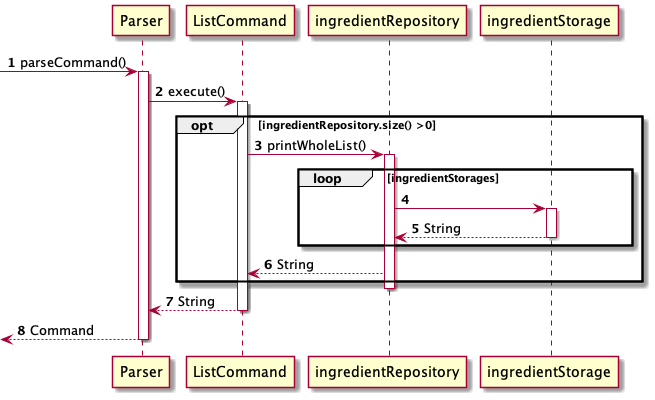
Before: docs/diagrams/List.png, a diagram exported from PlantUML (nus-cs2113-AY2122S1/tp).
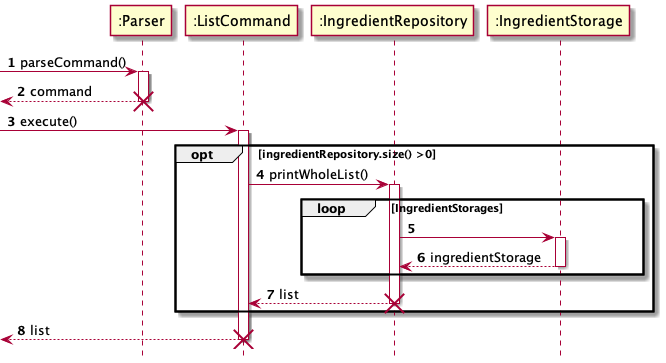
The same diagram one commit later.

Change to the diagram source:
```diff
@@ -1,33 +1,44 @@
 @startuml
+!include style.puml
+
+
+participant ":Parser" as Parser
+participant ":ListCommand" as ListCommand
+participant ":IngredientRepository" as IngredientRepository
+participant ":IngredientStorage" as IngredientStorage
+
 
 autonumber
 
  -> Parser: parseCommand()
 activate Parser
 
-Parser -> ListCommand: execute()
+return command
+destroy Parser
+
+-> ListCommand: execute()
 activate ListCommand
 
 opt ingredientRepository.size() >0
-    ListCommand -> ingredientRepository: printWholeList()
-    activate ingredientRepository
+    ListCommand -> IngredientRepository: printWholeList()
+    activate IngredientRepository
 
-        loop ingredientStorages
-            ingredientRepository -> ingredientStorage
-            activate ingredientStorage
+        loop IngredientStorages
+            IngredientRepository -> IngredientStorage
+            activate IngredientStorage
 
-            ingredientStorage --> ingredientRepository: String
-            deactivate ingredientStorage
+            IngredientStorage --> IngredientRepository: ingredientStorage
+            deactivate IngredientStorage
         end
 
-    ingredientRepository --> ListCommand: String
+
+    return list
+    destroy IngredientRepository
 end
 
-deactivate ingredientRepository
-ListCommand --> Parser: String
 
-deactivate ListCommand
-<-- Parser: Command
-deactivate Parser
+return list
+destroy ListCommand
+
 
 @enduml
```
